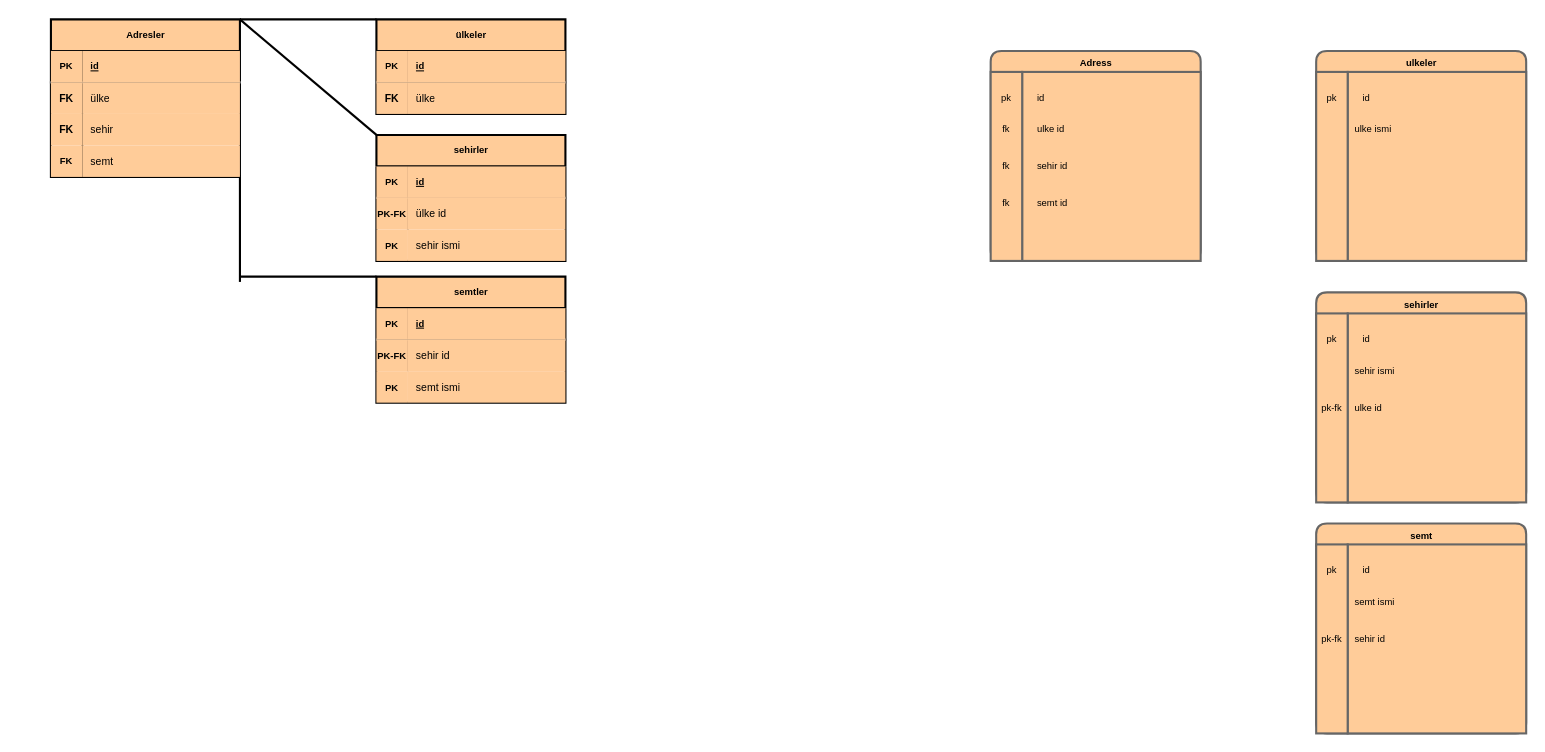
Above: lib/db/erm/erm.drawio in poqob/art_exhibition_app (draw.io), before the change. Source tidied: cells renumbered, new cells numbered last; positions are measured from the earlier drawing's top-left corner, leaving out a move shared by most shapes. Both pictures are drawn from the tidied source at 105%, with x=0, y=0 at pixel (50, 19).
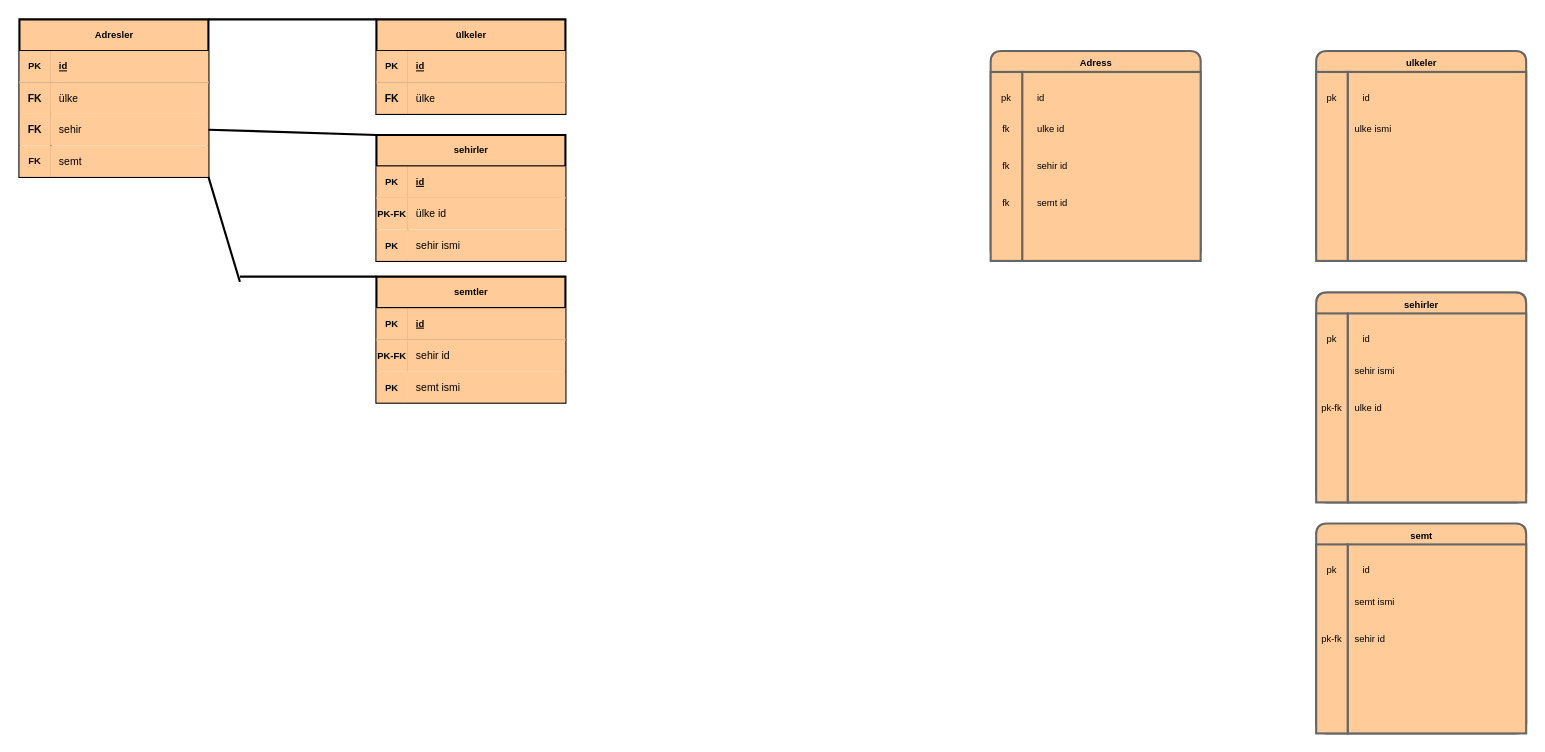
The same page after the edit.

The change refers to these unchanged cells:
```xml
<mxCell id="42" style="shape=partialRectangle;fillColor=none;top=0;left=0;bottom=0;right=0;points=[[0,0.5],[1,0.5]];portConstraint=eastwest;rounded=0;shadow=0;glass=0;sketch=0;fontFamily=Helvetica;fontSize=9;fontColor=#000000;strokeColor=#666666;strokeWidth=2;html=1;" parent="35" vertex="1">
  <mxGeometry y="90" width="180" height="30" as="geometry" />
</mxCell>
<mxCell id="55" value="sehirler" style="shape=table;startSize=30;childLayout=tableLayout;rowLines=0;fontStyle=1;align=center;rounded=0;shadow=0;glass=0;sketch=0;fontFamily=Helvetica;fontSize=9;fontColor=#000000;strokeColor=#000000;strokeWidth=2;fillColor=#ffcc99;html=1;gradientColor=none;" parent="1" vertex="1">
  <mxGeometry x="310" y="110" width="180" height="120" as="geometry" />
</mxCell>
```

What changed in the source:
```diff
@@
     <mxCell id="35" value="Adresler" style="shape=table;startSize=30;childLayout=tableLayout;rowLines=0;fontStyle=1;align=center;rounded=0;shadow=0;glass=0;sketch=0;fontFamily=Helvetica;fontSize=9;fontColor=#000000;strokeColor=#000000;strokeWidth=2;fillColor=#ffcc99;html=1;gradientColor=none;" parent="1" vertex="1">
-      <mxGeometry width="180" height="150" as="geometry" />
+      <mxGeometry x="-30" width="180" height="150" as="geometry" />
     </mxCell>
@@
-    <mxCell id="76" style="endArrow=none;html=1;fontFamily=Helvetica;fontSize=9;fontColor=#000000;startSize=30;exitX=1;exitY=0;exitDx=0;exitDy=0;entryX=0;entryY=0;entryDx=0;entryDy=0;strokeWidth=2;strokeColor=#000000;" parent="1" edge="1" source="35" target="55">
+    <mxCell id="76" style="endArrow=none;html=1;fontFamily=Helvetica;fontSize=9;fontColor=#000000;startSize=30;exitX=1;exitY=0.5;exitDx=0;exitDy=0;entryX=0;entryY=0;entryDx=0;entryDy=0;strokeWidth=2;strokeColor=#000000;" parent="1" edge="1" source="42" target="55">
       <mxGeometry relative="1" as="geometry" />
     </mxCell>
```
